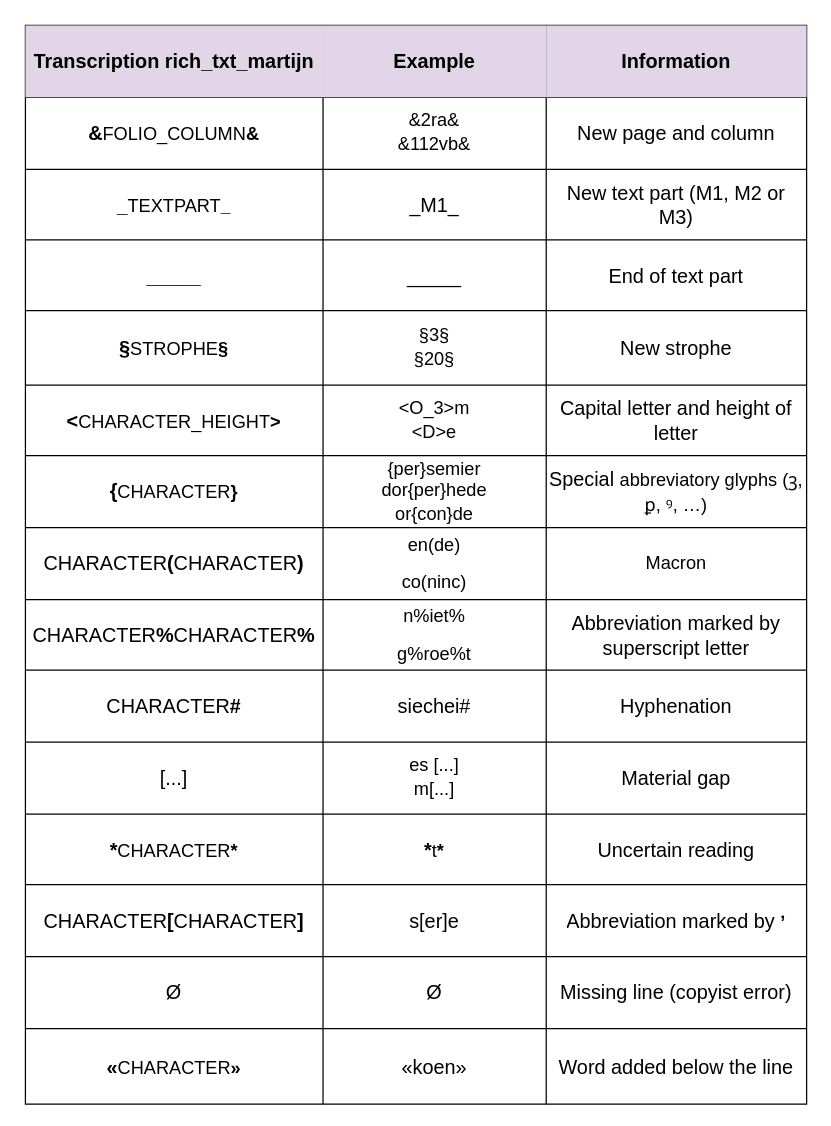
Above: data/figures_images_tables/Legend_rich_txt_files.drawio in SofieMoors/collateconstraints (draw.io), before the change. Source tidied: cells renumbered, new cells numbered last; positions are measured from the earlier drawing's top-left corner, leaving out a move shared by most shapes. Both pictures are drawn from the tidied source at 124%, with x=0, y=0 at pixel (25, 25).
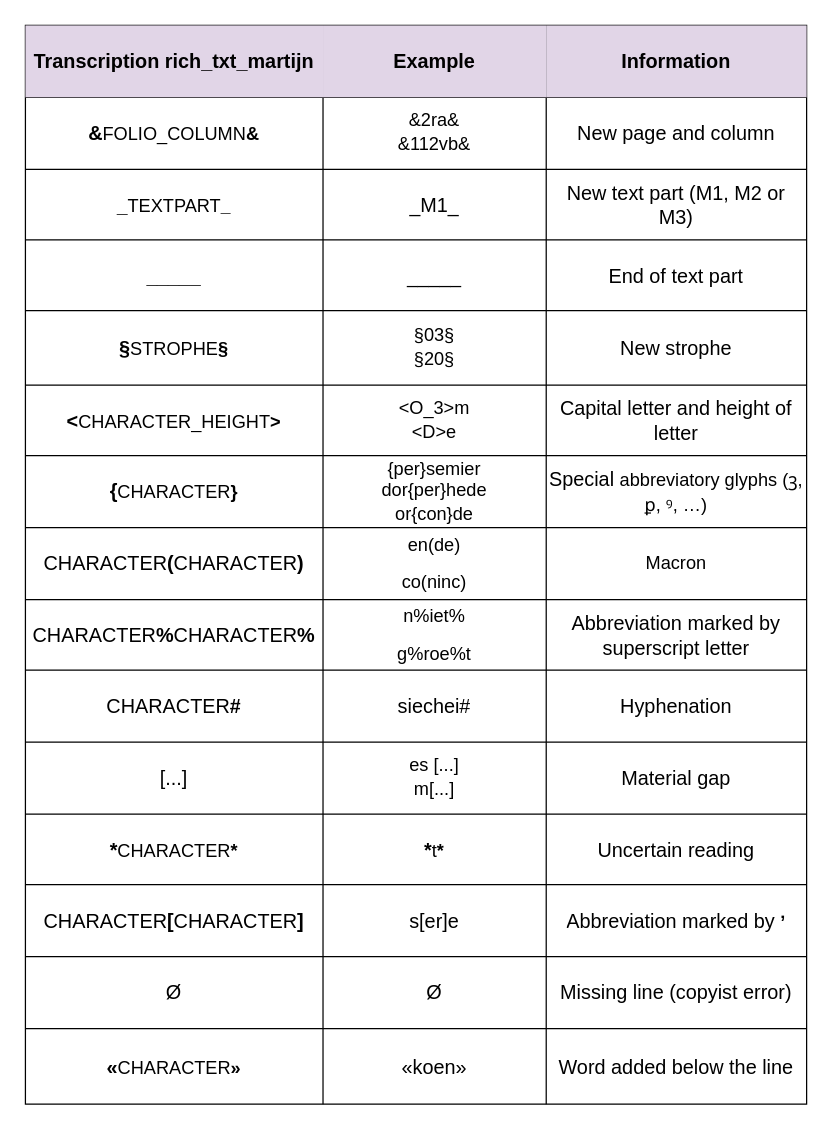
The same page after the edit.

Unchanged cells that the change refers to:
```xml
<mxCell id="19" style="shape=tableRow;horizontal=0;startSize=0;swimlaneHead=0;swimlaneBody=0;strokeColor=inherit;top=0;left=0;bottom=0;right=0;fillColor=none;fontSize=16;fontFamily=Helvetica;" parent="2" vertex="1">
  <mxGeometry y="230" width="630" height="60" as="geometry" />
</mxCell>
```

Change to the diagram source:
```diff
@@
-    <mxCell id="21" value="&lt;div style=&quot;font-size: medium; text-align: start;&quot;&gt;&lt;table align=&quot;center&quot; cellpadding=&quot;0&quot; cellspacing=&quot;0&quot;&gt;&lt;tbody&gt;&lt;tr&gt;&lt;td style=&quot;padding: 0cm 7.05pt;&quot; align=&quot;left&quot; valign=&quot;top&quot;&gt;&lt;p style=&quot;margin: 0cm; line-height: 16.8667px; font-size: 11pt; text-align: center;&quot; align=&quot;center&quot; class=&quot;MsoNormal&quot;&gt;§3§&lt;/p&gt;&lt;/td&gt;&lt;/tr&gt;&lt;/tbody&gt;&lt;/table&gt;&lt;/div&gt;&lt;span style=&quot;text-align: start; font-size: 11pt; line-height: 15.6933px;&quot; lang=&quot;nl&quot;&gt;§20§&lt;/span&gt;&lt;span style=&quot;font-size: medium; text-align: start;&quot;&gt;&lt;/span&gt;" style="shape=partialRectangle;html=1;whiteSpace=wrap;strokeColor=inherit;overflow=hidden;fillColor=none;top=0;left=0;bottom=0;right=0;fontSize=16;fontFamily=Helvetica;" parent="19" vertex="1">
+    <mxCell id="21" value="&lt;div style=&quot;font-size: medium; text-align: start;&quot;&gt;&lt;table align=&quot;center&quot; cellpadding=&quot;0&quot; cellspacing=&quot;0&quot;&gt;&lt;tbody&gt;&lt;tr&gt;&lt;td style=&quot;padding: 0cm 7.05pt;&quot; align=&quot;left&quot; valign=&quot;top&quot;&gt;&lt;p style=&quot;margin: 0cm; line-height: 16.8667px; font-size: 11pt; text-align: center;&quot; align=&quot;center&quot; class=&quot;MsoNormal&quot;&gt;§03§&lt;/p&gt;&lt;/td&gt;&lt;/tr&gt;&lt;/tbody&gt;&lt;/table&gt;&lt;/div&gt;&lt;span style=&quot;text-align: start; font-size: 11pt; line-height: 15.6933px;&quot; lang=&quot;nl&quot;&gt;§20§&lt;/span&gt;&lt;span style=&quot;font-size: medium; text-align: start;&quot;&gt;&lt;/span&gt;" style="shape=partialRectangle;html=1;whiteSpace=wrap;strokeColor=inherit;overflow=hidden;fillColor=none;top=0;left=0;bottom=0;right=0;fontSize=16;fontFamily=Helvetica;" parent="19" vertex="1">
       <mxGeometry x="240" width="180" height="60" as="geometry" />
     </mxCell>
```
